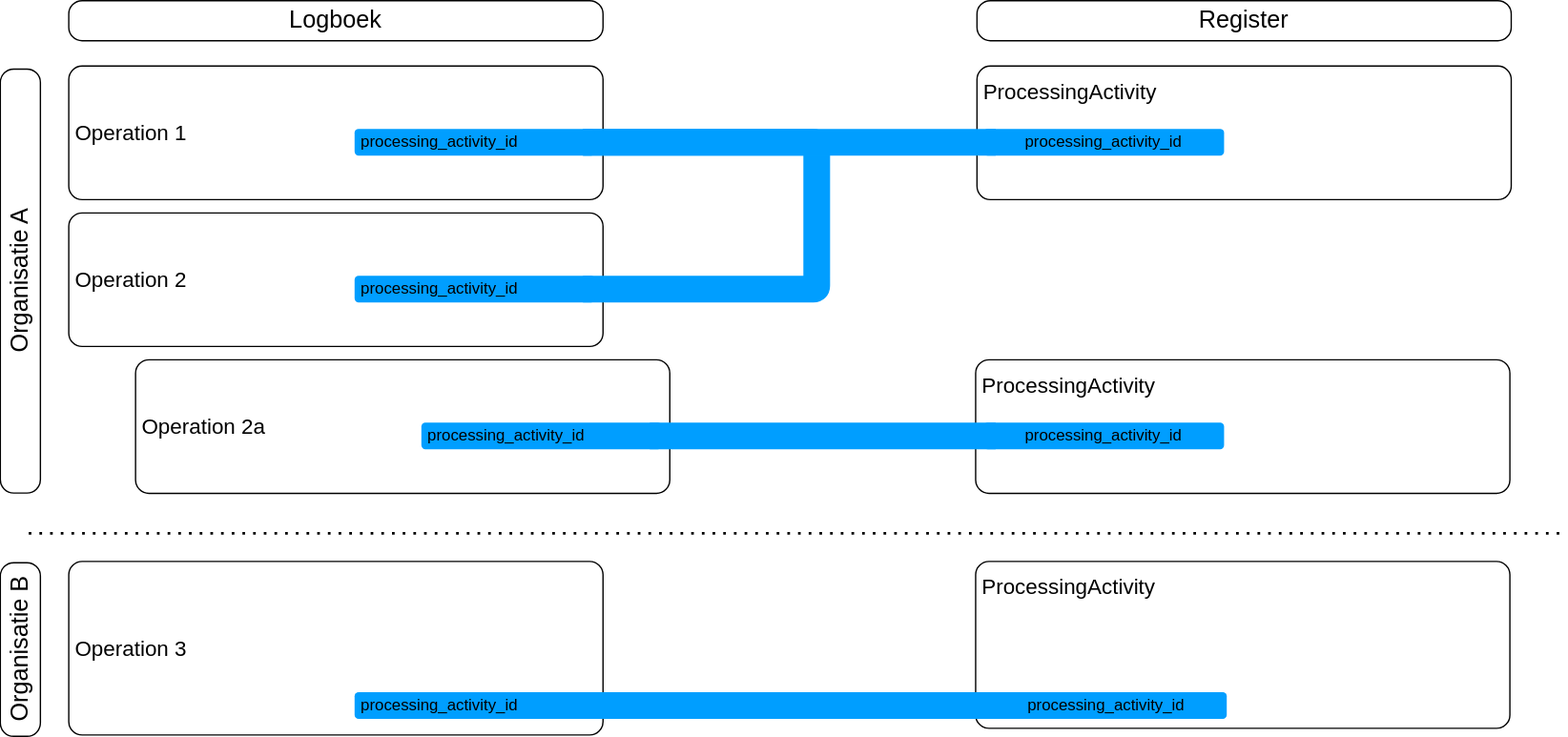
Before: media/relatie_logboekelementen_afbeelding4.svg, a diagram exported from draw.io (Logius-standaarden/logboek-dataverwerkingen-inleiding). Source tidied: cells renumbered, new cells last; positions are measured from the earlier drawing's top-left corner, leaving out a move shared by most shapes.
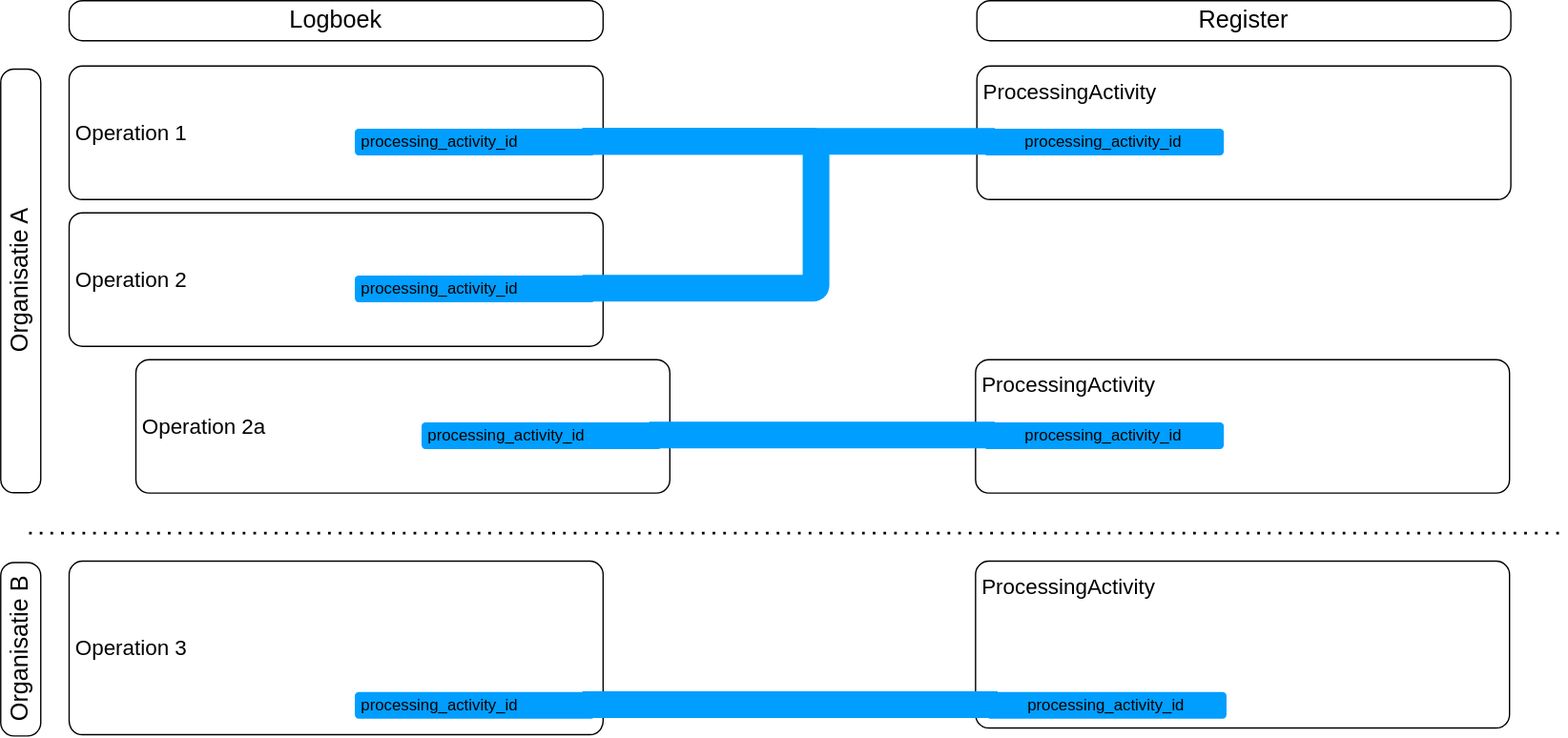
Later version of the same file.

Change to the diagram source:
```diff
@@ -1,82 +1,82 @@
 <mxGraphModel>
   <root>
-    <mxCell id="0" />
-    <mxCell id="1" parent="0" />
+    <mxCell id="25" />
+    <mxCell id="26" parent="25" />
-    <mxCell id="2" value="Operation 2" style="rounded=1;whiteSpace=wrap;html=1;align=left;fontSize=16;spacing=5;absoluteArcSize=1;" parent="1" vertex="1">
+    <mxCell id="2" value="Operation 2" style="rounded=1;whiteSpace=wrap;html=1;align=left;fontSize=16;spacing=5;absoluteArcSize=1;fillColor=none;" parent="26" vertex="1">
       <mxGeometry x="195" y="159" width="400" height="100" as="geometry" />
     </mxCell>
-    <mxCell id="3" value="ProcessingActivity" style="rounded=1;whiteSpace=wrap;html=1;align=left;fontSize=16;spacing=5;absoluteArcSize=1;verticalAlign=top;" parent="1" vertex="1">
-      <mxGeometry x="875" y="49" width="400" height="100" as="geometry" />
-    </mxCell>
+    <mxCell id="27" value="ProcessingActivity" style="rounded=1;whiteSpace=wrap;html=1;align=left;fontSize=16;spacing=5;absoluteArcSize=1;verticalAlign=top;fillColor=none;" parent="26" vertex="1">
+      <mxGeometry x="875" y="49" width="400" height="100" as="geometry" />
+    </mxCell>
-    <mxCell id="4" value="Operation 1" style="rounded=1;whiteSpace=wrap;html=1;align=left;fontSize=16;spacing=5;absoluteArcSize=1;" parent="1" vertex="1">
+    <mxCell id="4" value="Operation 1" style="rounded=1;whiteSpace=wrap;html=1;align=left;fontSize=16;spacing=5;absoluteArcSize=1;fillColor=none;" parent="26" vertex="1">
       <mxGeometry x="195" y="49" width="400" height="100" as="geometry" />
     </mxCell>
-    <mxCell id="5" value="Organisatie A" style="text;html=1;align=center;verticalAlign=middle;whiteSpace=wrap;rounded=1;rotation=-90;fontSize=18;fillColor=none;strokeColor=default;absoluteArcSize=1;" parent="1" vertex="1">
+    <mxCell id="5" value="Organisatie A" style="text;html=1;align=center;verticalAlign=middle;whiteSpace=wrap;rounded=1;rotation=-90;fontSize=18;fillColor=none;strokeColor=default;absoluteArcSize=1;" parent="26" vertex="1">
       <mxGeometry y="195" width="317.5" height="30" as="geometry" />
     </mxCell>
-    <mxCell id="6" value="Logboek" style="text;html=1;align=center;verticalAlign=middle;whiteSpace=wrap;rounded=1;rotation=0;fontSize=18;fillColor=none;strokeColor=default;absoluteArcSize=1;" parent="1" vertex="1">
+    <mxCell id="6" value="Logboek" style="text;html=1;align=center;verticalAlign=middle;whiteSpace=wrap;rounded=1;rotation=0;fontSize=18;fillColor=none;strokeColor=default;absoluteArcSize=1;" parent="26" vertex="1">
       <mxGeometry x="195" width="400" height="30" as="geometry" />
     </mxCell>
-    <mxCell id="7" value="Register" style="text;html=1;align=center;verticalAlign=middle;whiteSpace=wrap;rounded=1;rotation=0;fontSize=18;fillColor=none;strokeColor=default;absoluteArcSize=1;" parent="1" vertex="1">
+    <mxCell id="7" value="Register" style="text;html=1;align=center;verticalAlign=middle;whiteSpace=wrap;rounded=1;rotation=0;fontSize=18;fillColor=none;strokeColor=default;absoluteArcSize=1;" parent="26" vertex="1">
       <mxGeometry x="875" width="400" height="30" as="geometry" />
     </mxCell>
-    <mxCell id="8" style="edgeStyle=orthogonalEdgeStyle;rounded=1;jettySize=auto;html=1;entryX=0.95;entryY=0.5;entryDx=0;entryDy=0;entryPerimeter=0;endArrow=none;startFill=0;strokeWidth=20;exitX=0.95;exitY=0.5;exitDx=0;exitDy=0;exitPerimeter=0;strokeColor=#009EFF;curved=0;arcSize=5;" parent="1" edge="1" source="10" target="11">
-      <mxGeometry relative="1" as="geometry">
-        <Array as="points">
-          <mxPoint x="755" y="106" />
-          <mxPoint x="755" y="216" />
-        </Array>
-      </mxGeometry>
-    </mxCell>
-    <mxCell id="9" style="edgeStyle=orthogonalEdgeStyle;rounded=1;jettySize=auto;html=1;endArrow=none;startFill=0;strokeWidth=20;exitX=0.95;exitY=0.5;exitDx=0;exitDy=0;exitPerimeter=0;strokeColor=#009EFF;curved=0;arcSize=5;entryX=0.05;entryY=0.5;entryDx=0;entryDy=0;entryPerimeter=0;" parent="1" edge="1" source="10" target="12">
-      <mxGeometry relative="1" as="geometry" />
-    </mxCell>
-    <mxCell id="10" value="processing_activity_id" style="rounded=1;whiteSpace=wrap;html=1;strokeColor=none;fillColor=#009EFF;points=[[0,0,0,0,0],[0,0.25,0,0,0],[0,0.75,0,0,0],[0,1,0,0,0],[0.05,0.5,0,0,0],[0.25,0,0,0,0],[0.25,1,0,0,0],[0.5,0,0,0,0],[0.5,1,0,0,0],[0.75,0,0,0,0],[0.75,1,0,0,0],[0.95,0.5,0,0,0],[1,0,0,0,0],[1,0.25,0,0,0],[1,0.75,0,0,0],[1,1,0,0,0]];align=left;spacing=5;" parent="1" vertex="1">
-      <mxGeometry x="409" y="96" width="180" height="20" as="geometry" />
-    </mxCell>
-    <mxCell id="11" value="processing_activity_id" style="rounded=1;whiteSpace=wrap;html=1;strokeColor=none;fillColor=#009EFF;points=[[0,0,0,0,0],[0,0.25,0,0,0],[0,0.75,0,0,0],[0,1,0,0,0],[0.05,0.5,0,0,0],[0.25,0,0,0,0],[0.25,1,0,0,0],[0.5,0,0,0,0],[0.5,1,0,0,0],[0.75,0,0,0,0],[0.75,1,0,0,0],[0.95,0.5,0,0,0],[1,0,0,0,0],[1,0.25,0,0,0],[1,0.75,0,0,0],[1,1,0,0,0]];align=left;spacing=5;" parent="1" vertex="1">
-      <mxGeometry x="409" y="206" width="180" height="20" as="geometry" />
-    </mxCell>
-    <mxCell id="12" value="processing_activity_id" style="rounded=1;whiteSpace=wrap;html=1;strokeColor=none;fillColor=#009EFF;points=[[0,0,0,0,0],[0,0.25,0,0,0],[0,0.75,0,0,0],[0,1,0,0,0],[0.05,0.5,0,0,0],[0.25,0,0,0,0],[0.25,1,0,0,0],[0.5,0,0,0,0],[0.5,1,0,0,0],[0.75,0,0,0,0],[0.75,1,0,0,0],[0.95,0.5,0,0,0],[1,0,0,0,0],[1,0.25,0,0,0],[1,0.75,0,0,0],[1,1,0,0,0]];align=center;spacing=5;" parent="1" vertex="1">
-      <mxGeometry x="880" y="96" width="180" height="20" as="geometry" />
-    </mxCell>
+    <mxCell id="28" style="edgeStyle=orthogonalEdgeStyle;rounded=1;jettySize=auto;html=1;entryX=0.95;entryY=0.5;entryDx=0;entryDy=0;entryPerimeter=0;endArrow=none;startFill=0;strokeWidth=20;exitX=0.95;exitY=0.5;exitDx=0;exitDy=0;exitPerimeter=0;strokeColor=#009EFF;curved=0;arcSize=5;" parent="26" edge="1" source="30" target="31">
+      <mxGeometry relative="1" as="geometry">
+        <Array as="points">
+          <mxPoint x="755" y="106" />
+          <mxPoint x="755" y="216" />
+        </Array>
+      </mxGeometry>
+    </mxCell>
+    <mxCell id="29" style="edgeStyle=orthogonalEdgeStyle;rounded=1;jettySize=auto;html=1;endArrow=none;startFill=0;strokeWidth=20;exitX=0.95;exitY=0.5;exitDx=0;exitDy=0;exitPerimeter=0;strokeColor=#009EFF;curved=0;arcSize=5;entryX=0.05;entryY=0.5;entryDx=0;entryDy=0;entryPerimeter=0;" parent="26" edge="1" source="30" target="32">
+      <mxGeometry relative="1" as="geometry" />
+    </mxCell>
+    <mxCell id="30" value="processing_activity_id" style="rounded=1;whiteSpace=wrap;html=1;strokeColor=none;fillColor=#009EFF;points=[[0,0,0,0,0],[0,0.25,0,0,0],[0,0.75,0,0,0],[0,1,0,0,0],[0.05,0.5,0,0,0],[0.25,0,0,0,0],[0.25,1,0,0,0],[0.5,0,0,0,0],[0.5,1,0,0,0],[0.75,0,0,0,0],[0.75,1,0,0,0],[0.95,0.5,0,0,0],[1,0,0,0,0],[1,0.25,0,0,0],[1,0.75,0,0,0],[1,1,0,0,0]];align=left;spacing=5;" parent="26" vertex="1">
+      <mxGeometry x="409" y="96" width="180" height="20" as="geometry" />
+    </mxCell>
+    <mxCell id="31" value="processing_activity_id" style="rounded=1;whiteSpace=wrap;html=1;strokeColor=none;fillColor=#009EFF;points=[[0,0,0,0,0],[0,0.25,0,0,0],[0,0.75,0,0,0],[0,1,0,0,0],[0.05,0.5,0,0,0],[0.25,0,0,0,0],[0.25,1,0,0,0],[0.5,0,0,0,0],[0.5,1,0,0,0],[0.75,0,0,0,0],[0.75,1,0,0,0],[0.95,0.5,0,0,0],[1,0,0,0,0],[1,0.25,0,0,0],[1,0.75,0,0,0],[1,1,0,0,0]];align=left;spacing=5;" parent="26" vertex="1">
+      <mxGeometry x="409" y="206" width="180" height="20" as="geometry" />
+    </mxCell>
+    <mxCell id="32" value="processing_activity_id" style="rounded=1;whiteSpace=wrap;html=1;strokeColor=none;fillColor=#009EFF;points=[[0,0,0,0,0],[0,0.25,0,0,0],[0,0.75,0,0,0],[0,1,0,0,0],[0.05,0.5,0,0,0],[0.25,0,0,0,0],[0.25,1,0,0,0],[0.5,0,0,0,0],[0.5,1,0,0,0],[0.75,0,0,0,0],[0.75,1,0,0,0],[0.95,0.5,0,0,0],[1,0,0,0,0],[1,0.25,0,0,0],[1,0.75,0,0,0],[1,1,0,0,0]];align=center;spacing=5;" parent="26" vertex="1">
+      <mxGeometry x="880" y="96" width="180" height="20" as="geometry" />
+    </mxCell>
-    <mxCell id="13" value="Operation 2a" style="rounded=1;whiteSpace=wrap;html=1;align=left;fontSize=16;spacing=5;absoluteArcSize=1;" parent="1" vertex="1">
+    <mxCell id="13" value="Operation 2a" style="rounded=1;whiteSpace=wrap;html=1;align=left;fontSize=16;spacing=5;absoluteArcSize=1;fillColor=none;" parent="26" vertex="1">
       <mxGeometry x="245" y="269" width="400" height="100" as="geometry" />
     </mxCell>
-    <mxCell id="14" value="ProcessingActivity" style="rounded=1;whiteSpace=wrap;html=1;align=left;fontSize=16;spacing=5;absoluteArcSize=1;verticalAlign=top;" parent="1" vertex="1">
-      <mxGeometry x="874" y="269" width="400" height="100" as="geometry" />
-    </mxCell>
-    <mxCell id="15" style="edgeStyle=orthogonalEdgeStyle;rounded=1;jettySize=auto;html=1;endArrow=none;startFill=0;strokeWidth=20;strokeColor=#009EFF;curved=0;arcSize=5;exitX=0.05;exitY=0.5;exitDx=0;exitDy=0;exitPerimeter=0;entryX=0.95;entryY=0.5;entryDx=0;entryDy=0;entryPerimeter=0;" parent="1" edge="1" source="17" target="16">
-      <mxGeometry relative="1" as="geometry" />
-    </mxCell>
-    <mxCell id="16" value="processing_activity_id" style="rounded=1;whiteSpace=wrap;html=1;strokeColor=none;fillColor=#009EFF;points=[[0,0,0,0,0],[0,0.25,0,0,0],[0,0.75,0,0,0],[0,1,0,0,0],[0.05,0.5,0,0,0],[0.25,0,0,0,0],[0.25,1,0,0,0],[0.5,0,0,0,0],[0.5,1,0,0,0],[0.75,0,0,0,0],[0.75,1,0,0,0],[0.95,0.5,0,0,0],[1,0,0,0,0],[1,0.25,0,0,0],[1,0.75,0,0,0],[1,1,0,0,0]];align=left;spacing=5;" parent="1" vertex="1">
-      <mxGeometry x="459" y="316" width="180" height="20" as="geometry" />
-    </mxCell>
-    <mxCell id="17" value="processing_activity_id" style="rounded=1;whiteSpace=wrap;html=1;strokeColor=none;fillColor=#009EFF;points=[[0,0,0,0,0],[0,0.25,0,0,0],[0,0.75,0,0,0],[0,1,0,0,0],[0.05,0.5,0,0,0],[0.25,0,0,0,0],[0.25,1,0,0,0],[0.5,0,0,0,0],[0.5,1,0,0,0],[0.75,0,0,0,0],[0.75,1,0,0,0],[0.95,0.5,0,0,0],[1,0,0,0,0],[1,0.25,0,0,0],[1,0.75,0,0,0],[1,1,0,0,0]];align=center;spacing=5;" parent="1" vertex="1">
-      <mxGeometry x="880" y="316" width="180" height="20" as="geometry" />
-    </mxCell>
+    <mxCell id="33" value="ProcessingActivity" style="rounded=1;whiteSpace=wrap;html=1;align=left;fontSize=16;spacing=5;absoluteArcSize=1;verticalAlign=top;fillColor=none;" parent="26" vertex="1">
+      <mxGeometry x="874" y="269" width="400" height="100" as="geometry" />
+    </mxCell>
+    <mxCell id="34" style="edgeStyle=orthogonalEdgeStyle;rounded=1;jettySize=auto;html=1;endArrow=none;startFill=0;strokeWidth=20;strokeColor=#009EFF;curved=0;arcSize=5;exitX=0.05;exitY=0.5;exitDx=0;exitDy=0;exitPerimeter=0;entryX=0.95;entryY=0.5;entryDx=0;entryDy=0;entryPerimeter=0;" parent="26" edge="1" source="36" target="35">
+      <mxGeometry relative="1" as="geometry" />
+    </mxCell>
+    <mxCell id="35" value="processing_activity_id" style="rounded=1;whiteSpace=wrap;html=1;strokeColor=none;fillColor=#009EFF;points=[[0,0,0,0,0],[0,0.25,0,0,0],[0,0.75,0,0,0],[0,1,0,0,0],[0.05,0.5,0,0,0],[0.25,0,0,0,0],[0.25,1,0,0,0],[0.5,0,0,0,0],[0.5,1,0,0,0],[0.75,0,0,0,0],[0.75,1,0,0,0],[0.95,0.5,0,0,0],[1,0,0,0,0],[1,0.25,0,0,0],[1,0.75,0,0,0],[1,1,0,0,0]];align=left;spacing=5;" parent="26" vertex="1">
+      <mxGeometry x="459" y="316" width="180" height="20" as="geometry" />
+    </mxCell>
+    <mxCell id="36" value="processing_activity_id" style="rounded=1;whiteSpace=wrap;html=1;strokeColor=none;fillColor=#009EFF;points=[[0,0,0,0,0],[0,0.25,0,0,0],[0,0.75,0,0,0],[0,1,0,0,0],[0.05,0.5,0,0,0],[0.25,0,0,0,0],[0.25,1,0,0,0],[0.5,0,0,0,0],[0.5,1,0,0,0],[0.75,0,0,0,0],[0.75,1,0,0,0],[0.95,0.5,0,0,0],[1,0,0,0,0],[1,0.25,0,0,0],[1,0.75,0,0,0],[1,1,0,0,0]];align=center;spacing=5;" parent="26" vertex="1">
+      <mxGeometry x="880" y="316" width="180" height="20" as="geometry" />
+    </mxCell>
-    <mxCell id="18" value="Operation 3" style="rounded=1;whiteSpace=wrap;html=1;align=left;fontSize=16;spacing=5;absoluteArcSize=1;" parent="1" vertex="1">
+    <mxCell id="18" value="Operation 3" style="rounded=1;whiteSpace=wrap;html=1;align=left;fontSize=16;spacing=5;absoluteArcSize=1;fillColor=none;" parent="26" vertex="1">
       <mxGeometry x="195" y="420" width="400" height="130" as="geometry" />
     </mxCell>
-    <mxCell id="19" value="ProcessingActivity" style="rounded=1;whiteSpace=wrap;html=1;align=left;fontSize=16;spacing=5;absoluteArcSize=1;verticalAlign=top;" parent="1" vertex="1">
-      <mxGeometry x="874" y="420" width="400" height="125" as="geometry" />
-    </mxCell>
-    <mxCell id="20" style="endArrow=none;dashed=1;html=1;dashPattern=1 3;strokeWidth=2;rounded=0;" parent="1" edge="1">
-      <mxGeometry relative="1" as="geometry">
-        <mxPoint x="165" y="399" as="sourcePoint" />
-        <mxPoint x="1315" y="399" as="targetPoint" />
-      </mxGeometry>
-    </mxCell>
-    <mxCell id="21" value="processing_activity_id" style="rounded=1;whiteSpace=wrap;html=1;strokeColor=none;fillColor=#009EFF;points=[[0,0,0,0,0],[0,0.25,0,0,0],[0,0.75,0,0,0],[0,1,0,0,0],[0.05,0.5,0,0,0],[0.25,0,0,0,0],[0.25,1,0,0,0],[0.5,0,0,0,0],[0.5,1,0,0,0],[0.75,0,0,0,0],[0.75,1,0,0,0],[0.95,0.5,0,0,0],[1,0,0,0,0],[1,0.25,0,0,0],[1,0.75,0,0,0],[1,1,0,0,0]];align=left;spacing=5;" parent="1" vertex="1">
-      <mxGeometry x="409" y="518" width="180" height="20" as="geometry" />
-    </mxCell>
-    <mxCell id="22" value="processing_activity_id" style="rounded=1;whiteSpace=wrap;html=1;strokeColor=none;fillColor=#009EFF;points=[[0,0,0,0,0],[0,0.25,0,0,0],[0,0.75,0,0,0],[0,1,0,0,0],[0.05,0.5,0,0,0],[0.25,0,0,0,0],[0.25,1,0,0,0],[0.5,0,0,0,0],[0.5,1,0,0,0],[0.75,0,0,0,0],[0.75,1,0,0,0],[0.95,0.5,0,0,0],[1,0,0,0,0],[1,0.25,0,0,0],[1,0.75,0,0,0],[1,1,0,0,0]];align=center;spacing=5;" parent="1" vertex="1">
-      <mxGeometry x="882" y="518" width="180" height="20" as="geometry" />
-    </mxCell>
-    <mxCell id="23" style="edgeStyle=orthogonalEdgeStyle;rounded=1;jettySize=auto;html=1;entryX=0.95;entryY=0.5;entryDx=0;entryDy=0;entryPerimeter=0;endArrow=none;startFill=0;strokeWidth=20;exitX=0.05;exitY=0.5;exitDx=0;exitDy=0;exitPerimeter=0;strokeColor=#009EFF;curved=0;arcSize=5;" parent="1" edge="1" source="22" target="21">
-      <mxGeometry relative="1" as="geometry" />
-    </mxCell>
+    <mxCell id="37" value="ProcessingActivity" style="rounded=1;whiteSpace=wrap;html=1;align=left;fontSize=16;spacing=5;absoluteArcSize=1;verticalAlign=top;fillColor=none;" parent="26" vertex="1">
+      <mxGeometry x="874" y="420" width="400" height="125" as="geometry" />
+    </mxCell>
+    <mxCell id="38" style="endArrow=none;dashed=1;html=1;dashPattern=1 3;strokeWidth=2;rounded=0;" parent="26" edge="1">
+      <mxGeometry relative="1" as="geometry">
+        <mxPoint x="165" y="399" as="sourcePoint" />
+        <mxPoint x="1315" y="399" as="targetPoint" />
+      </mxGeometry>
+    </mxCell>
+    <mxCell id="39" value="processing_activity_id" style="rounded=1;whiteSpace=wrap;html=1;strokeColor=none;fillColor=#009EFF;points=[[0,0,0,0,0],[0,0.25,0,0,0],[0,0.75,0,0,0],[0,1,0,0,0],[0.05,0.5,0,0,0],[0.25,0,0,0,0],[0.25,1,0,0,0],[0.5,0,0,0,0],[0.5,1,0,0,0],[0.75,0,0,0,0],[0.75,1,0,0,0],[0.95,0.5,0,0,0],[1,0,0,0,0],[1,0.25,0,0,0],[1,0.75,0,0,0],[1,1,0,0,0]];align=left;spacing=5;" parent="26" vertex="1">
+      <mxGeometry x="409" y="518" width="180" height="20" as="geometry" />
+    </mxCell>
+    <mxCell id="40" value="processing_activity_id" style="rounded=1;whiteSpace=wrap;html=1;strokeColor=none;fillColor=#009EFF;points=[[0,0,0,0,0],[0,0.25,0,0,0],[0,0.75,0,0,0],[0,1,0,0,0],[0.05,0.5,0,0,0],[0.25,0,0,0,0],[0.25,1,0,0,0],[0.5,0,0,0,0],[0.5,1,0,0,0],[0.75,0,0,0,0],[0.75,1,0,0,0],[0.95,0.5,0,0,0],[1,0,0,0,0],[1,0.25,0,0,0],[1,0.75,0,0,0],[1,1,0,0,0]];align=center;spacing=5;" parent="26" vertex="1">
+      <mxGeometry x="882" y="518" width="180" height="20" as="geometry" />
+    </mxCell>
+    <mxCell id="41" style="edgeStyle=orthogonalEdgeStyle;rounded=1;jettySize=auto;html=1;entryX=0.95;entryY=0.5;entryDx=0;entryDy=0;entryPerimeter=0;endArrow=none;startFill=0;strokeWidth=20;exitX=0.05;exitY=0.5;exitDx=0;exitDy=0;exitPerimeter=0;strokeColor=#009EFF;curved=0;arcSize=5;" parent="26" edge="1" source="40" target="39">
+      <mxGeometry relative="1" as="geometry" />
+    </mxCell>
-    <mxCell id="24" value="Organisatie B" style="text;html=1;align=center;verticalAlign=middle;whiteSpace=wrap;rounded=1;rotation=-90;fontSize=18;fillColor=none;strokeColor=default;absoluteArcSize=1;" parent="1" vertex="1">
+    <mxCell id="24" value="Organisatie B" style="text;html=1;align=center;verticalAlign=middle;whiteSpace=wrap;rounded=1;rotation=-90;fontSize=18;fillColor=none;strokeColor=default;absoluteArcSize=1;" parent="26" vertex="1">
       <mxGeometry x="93.8" y="471" width="130" height="30" as="geometry" />
     </mxCell>
   </root>
```
